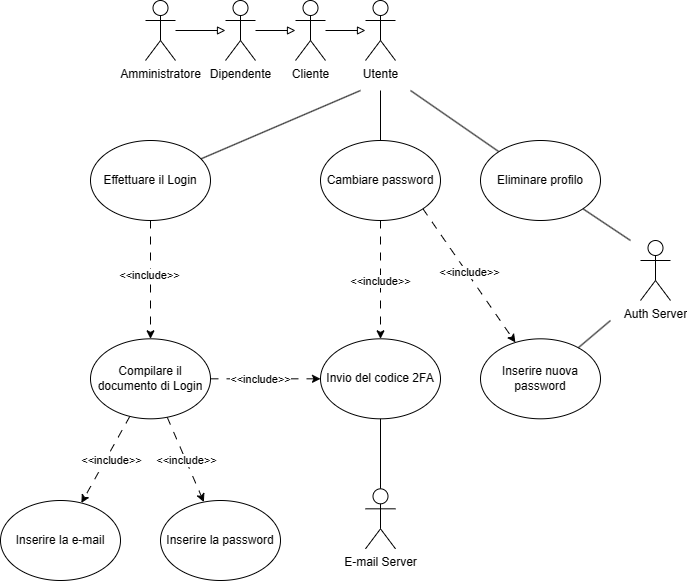
IS-FixMi/Documentation-Source keeps this draw.io diagram as second-deliverable/images/UCD/RF1_login_UCD.png. Above is the earlier version. Source tidied: cells renumbered, new cells last; positions are measured from the earlier drawing's top-left corner, leaving out a move shared by most shapes.
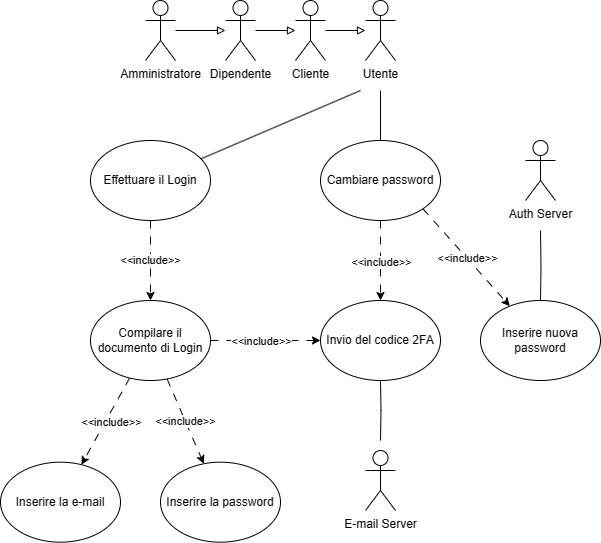
After the commit.

The edit, as a diff of the source:
```diff
@@ -12,11 +12,6 @@
         <mxPoint x="380" y="90" as="sourcePoint" />
       </mxGeometry>
     </mxCell>
-    <mxCell id="4" style="rounded=0;jettySize=auto;html=1;endArrow=none;endFill=0;" parent="1" edge="1" target="36">
-      <mxGeometry relative="1" as="geometry">
-        <mxPoint x="410" y="90" as="sourcePoint" />
-      </mxGeometry>
-    </mxCell>
     <mxCell id="5" value="Utente" style="shape=umlActor;verticalLabelPosition=bottom;verticalAlign=top;html=1;" parent="1" vertex="1">
       <mxGeometry x="365" width="30" height="60" as="geometry" />
     </mxCell>
@@ -72,22 +67,24 @@
       <mxGeometry relative="1" as="geometry" />
     </mxCell>
     <mxCell id="21" value="Compilare il documento di Login" style="ellipse;whiteSpace=wrap;html=1;" parent="1" vertex="1">
-      <mxGeometry x="90" y="338.3" width="120" height="80" as="geometry" />
+      <mxGeometry x="90" y="300" width="120" height="80" as="geometry" />
     </mxCell>
     <mxCell id="22" value="Inserire la e-mail" style="ellipse;whiteSpace=wrap;html=1;" parent="1" vertex="1">
-      <mxGeometry y="500" width="120" height="80" as="geometry" />
+      <mxGeometry y="461.7" width="120" height="80" as="geometry" />
     </mxCell>
     <mxCell id="23" value="Inserire la password" style="ellipse;whiteSpace=wrap;html=1;" parent="1" vertex="1">
-      <mxGeometry x="160" y="500" width="120" height="80" as="geometry" />
+      <mxGeometry x="160" y="461.7" width="120" height="80" as="geometry" />
     </mxCell>
     <mxCell id="24" value="Invio del codice 2FA" style="ellipse;whiteSpace=wrap;html=1;" parent="1" vertex="1">
-      <mxGeometry x="320" y="338.3" width="120" height="80" as="geometry" />
+      <mxGeometry x="320" y="300" width="120" height="80" as="geometry" />
     </mxCell>
-    <mxCell id="25" style="edgeStyle=orthogonalEdgeStyle;rounded=0;jettySize=auto;html=1;endArrow=none;endFill=0;" parent="1" edge="1" source="26" target="24">
-      <mxGeometry relative="1" as="geometry" />
+    <mxCell id="25" style="edgeStyle=orthogonalEdgeStyle;rounded=0;jettySize=auto;html=1;endArrow=none;endFill=0;" parent="1" edge="1" target="24">
+      <mxGeometry relative="1" as="geometry">
+        <mxPoint x="380" y="440" as="sourcePoint" />
+      </mxGeometry>
     </mxCell>
     <mxCell id="26" value="E-mail Server" style="shape=umlActor;verticalLabelPosition=bottom;verticalAlign=top;html=1;outlineConnect=0;" parent="1" vertex="1">
-      <mxGeometry x="365" y="488.3" width="30" height="60" as="geometry" />
+      <mxGeometry x="365" y="450" width="30" height="60" as="geometry" />
     </mxCell>
     <mxCell id="27" style="edgeStyle=orthogonalEdgeStyle;rounded=0;jettySize=auto;html=1;dashed=1;dashPattern=8 8;" parent="1" edge="1" source="31" target="24">
       <mxGeometry relative="1" as="geometry" />
@@ -107,23 +104,15 @@
       <mxGeometry x="320" y="140" width="120" height="80" as="geometry" />
     </mxCell>
     <mxCell id="32" value="Inserire nuova password" style="ellipse;whiteSpace=wrap;html=1;" parent="1" vertex="1">
-      <mxGeometry x="480" y="338.3" width="120" height="80" as="geometry" />
+      <mxGeometry x="480" y="300" width="120" height="80" as="geometry" />
     </mxCell>
-    <mxCell id="33" style="rounded=0;jettySize=auto;html=1;endArrow=none;endFill=0;" parent="1" edge="1" target="32">
-      <mxGeometry relative="1" as="geometry">
-        <mxPoint x="610" y="320" as="sourcePoint" />
-      </mxGeometry>
-    </mxCell>
-    <mxCell id="34" style="rounded=0;jettySize=auto;html=1;endArrow=none;endFill=0;" parent="1" edge="1" target="36">
-      <mxGeometry relative="1" as="geometry">
-        <mxPoint x="630" y="240" as="sourcePoint" />
-      </mxGeometry>
-    </mxCell>
+    <mxCell id="37" style="edgeStyle=orthogonalEdgeStyle;rounded=0;jettySize=auto;html=1;endArrow=none;endFill=0;" parent="1" edge="1" target="32">
+      <mxGeometry relative="1" as="geometry">
+        <mxPoint x="540" y="230" as="sourcePoint" />
+      </mxGeometry>
+    </mxCell>
     <mxCell id="35" value="Auth Server" style="shape=umlActor;verticalLabelPosition=bottom;verticalAlign=top;html=1;" parent="1" vertex="1">
-      <mxGeometry x="640" y="240" width="30" height="60" as="geometry" />
+      <mxGeometry x="525" y="140" width="30" height="60" as="geometry" />
     </mxCell>
-    <mxCell id="36" value="Eliminare profilo" style="ellipse;whiteSpace=wrap;html=1;" parent="1" vertex="1">
-      <mxGeometry x="480" y="140" width="120" height="80" as="geometry" />
-    </mxCell>
   </root>
 </mxGraphModel>
```
